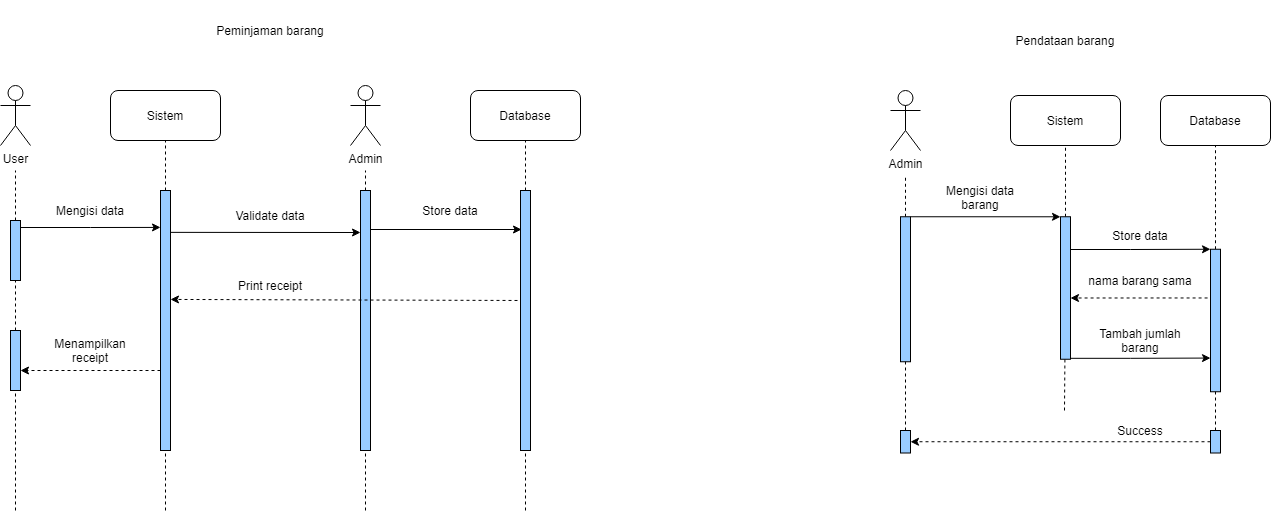
The draw.io diagram diagrams/Sequence Diagram.drawio.png in johannfac/aplikasipeminjamanaset, before a commit. Source tidied: cells renumbered, new cells last; positions are measured from the earlier drawing's top-left corner, leaving out a move shared by most shapes.
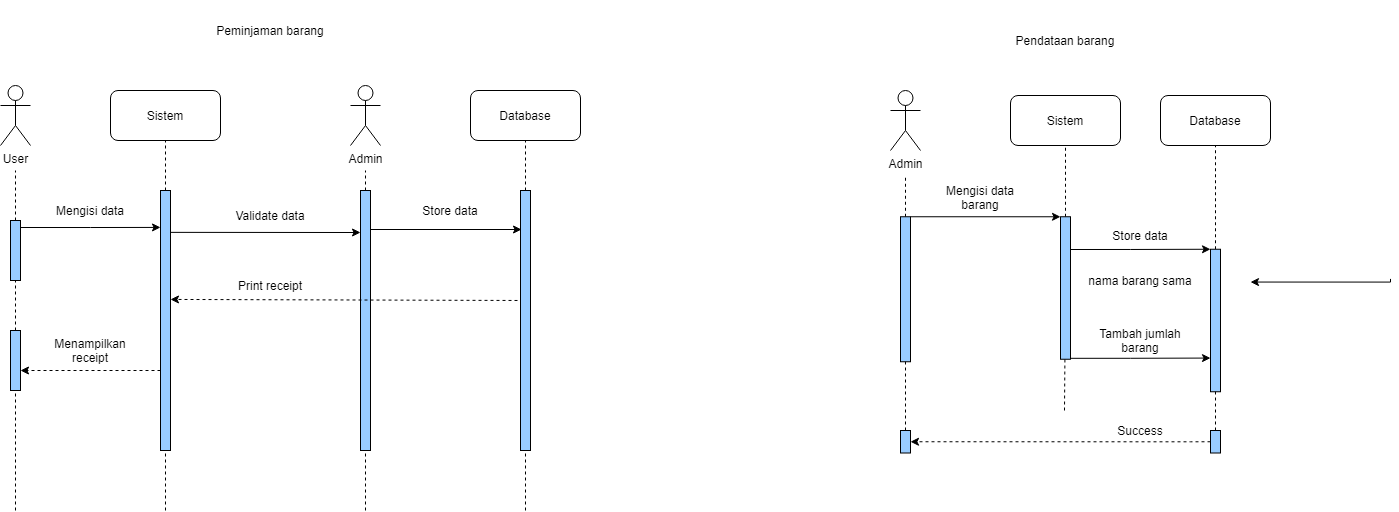
Later version of the same file.

What changed in the source:
```diff
@@ -176,12 +176,12 @@
     <mxCell id="46" style="edgeStyle=orthogonalEdgeStyle;rounded=0;orthogonalLoop=1;jettySize=auto;html=1;exitX=0.5;exitY=1;exitDx=0;exitDy=0;dashed=1;" parent="1" edge="1" source="45" target="45">
       <mxGeometry relative="1" as="geometry" />
     </mxCell>
-    <mxCell id="47" style="edgeStyle=orthogonalEdgeStyle;rounded=0;orthogonalLoop=1;jettySize=auto;html=1;exitX=0;exitY=0.25;exitDx=0;exitDy=0;entryX=1;entryY=0.5;entryDx=0;entryDy=0;dashed=1;" parent="1" edge="1">
+    <mxCell id="47" style="edgeStyle=orthogonalEdgeStyle;rounded=0;orthogonalLoop=1;jettySize=auto;html=1;exitX=0;exitY=0.25;exitDx=0;exitDy=0;entryX=1;entryY=0.5;entryDx=0;entryDy=0;" parent="1" edge="1">
       <mxGeometry relative="1" as="geometry">
-        <mxPoint x="1210" y="294.4" as="sourcePoint" />
-        <mxPoint x="1070" y="297.5" as="targetPoint" />
+        <mxPoint x="1390" y="278.4" as="sourcePoint" />
+        <mxPoint x="1250" y="281.6" as="targetPoint" />
         <Array as="points">
-          <mxPoint x="1210" y="298" />
+          <mxPoint x="1390" y="282.1" />
         </Array>
       </mxGeometry>
     </mxCell>
```
